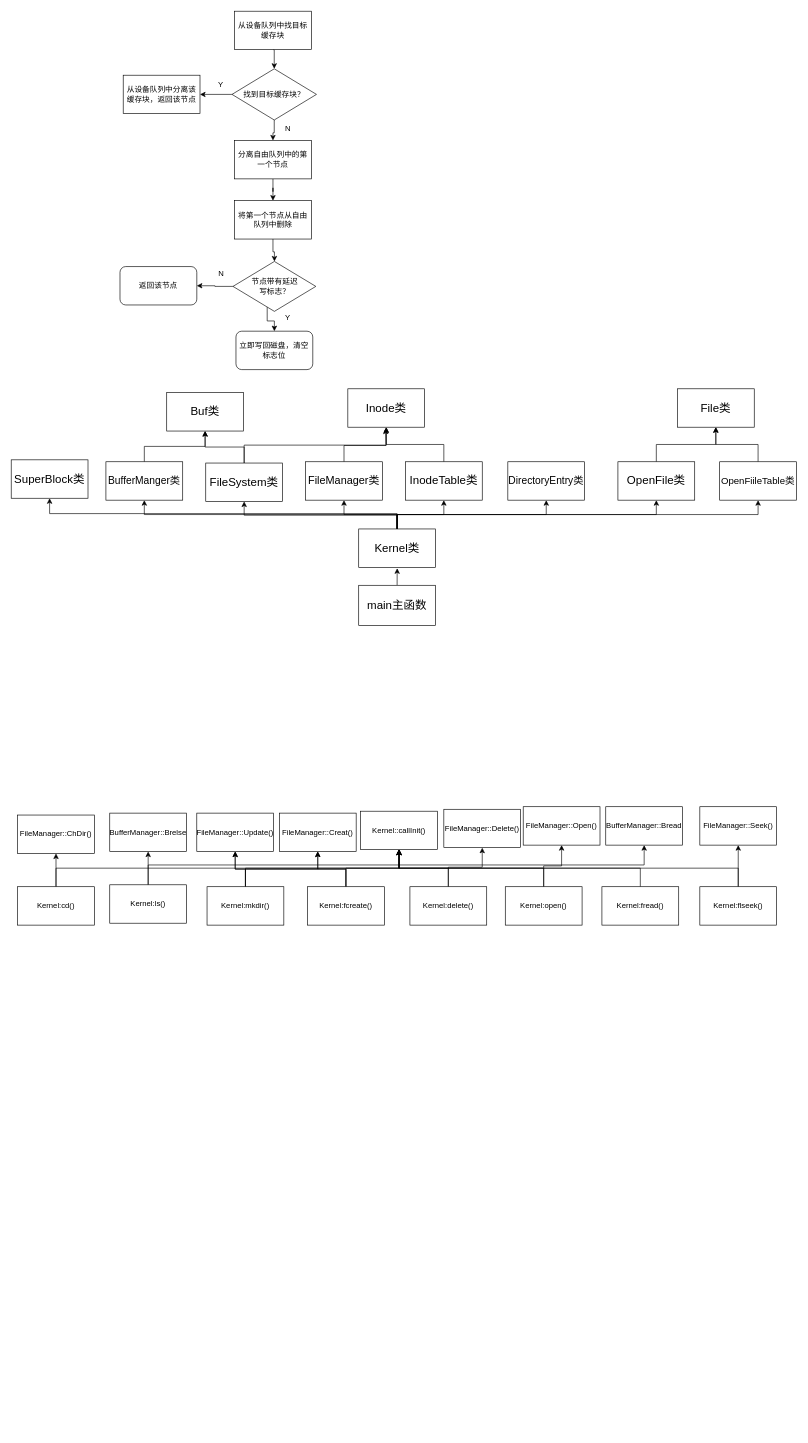
Above: Unix FileSystem.drawio in lmqqqqqq/drawio (draw.io), before the change. Source tidied: cells renumbered, new cells numbered last; positions are measured from the earlier drawing's top-left corner, leaving out a move shared by most shapes. Both pictures are drawn from the tidied source at 64%, with x=0, y=0 at pixel (11, 11).
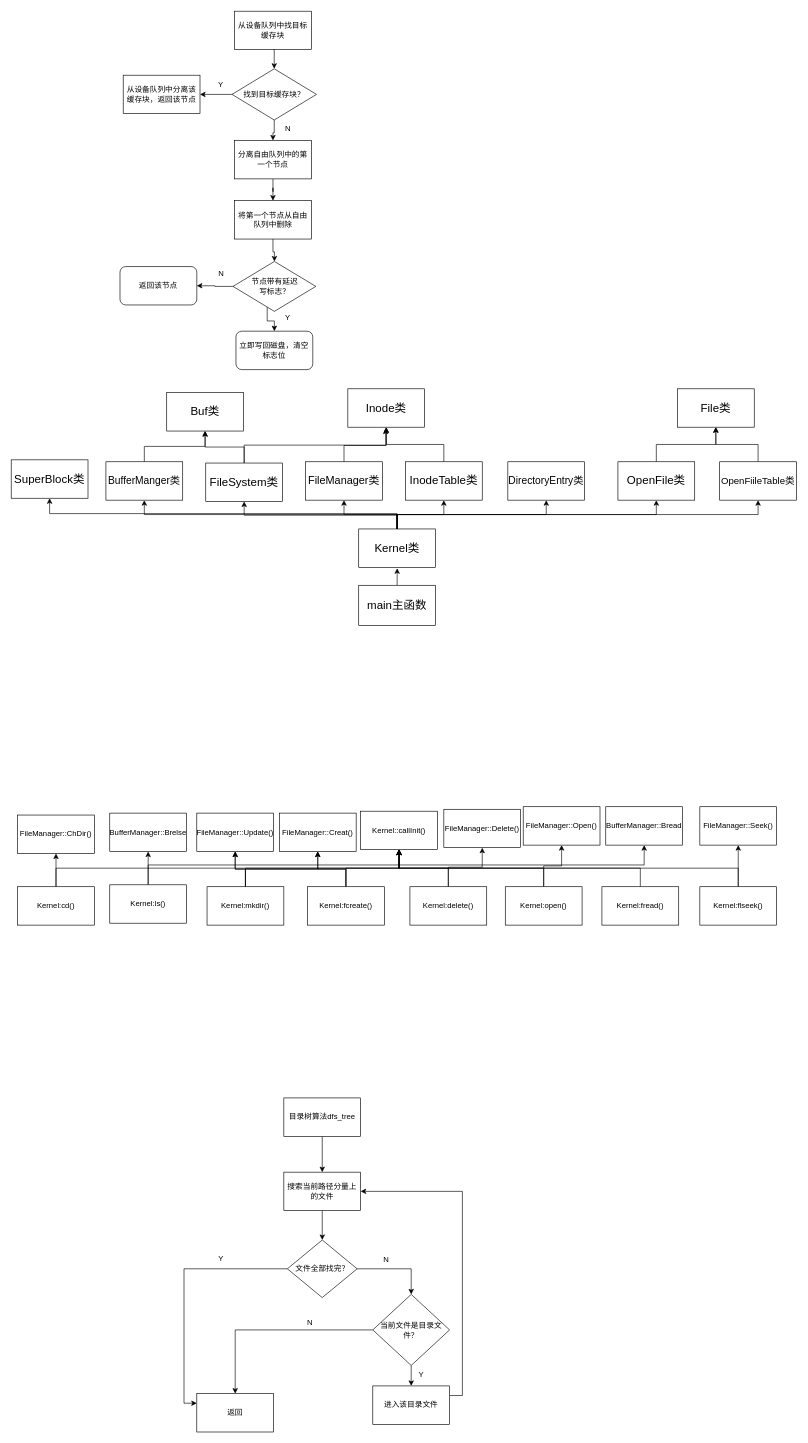
The same page after the edit.

Diff of the diagram source:
```diff
@@
+    <mxCell id="84" style="edgeStyle=orthogonalEdgeStyle;rounded=0;jettySize=auto;html=1;exitX=0.5;exitY=1;exitDx=0;exitDy=0;entryX=0.5;entryY=0;entryDx=0;entryDy=0;" parent="1" edge="1" source="85" target="87">
+      <mxGeometry relative="1" as="geometry" />
+    </mxCell>
+    <mxCell id="85" value="目录树算法dfs_tree" style="rounded=0;whiteSpace=wrap;html=1;" parent="1" vertex="1">
+      <mxGeometry x="426" y="1698" width="120" height="60" as="geometry" />
+    </mxCell>
+    <mxCell id="86" style="edgeStyle=orthogonalEdgeStyle;rounded=0;jettySize=auto;html=1;exitX=0.5;exitY=1;exitDx=0;exitDy=0;" parent="1" edge="1" source="87" target="90">
+      <mxGeometry relative="1" as="geometry" />
+    </mxCell>
+    <mxCell id="87" value="搜索当前路径分量上的文件" style="rounded=0;whiteSpace=wrap;html=1;" parent="1" vertex="1">
+      <mxGeometry x="426" y="1814" width="120" height="60" as="geometry" />
+    </mxCell>
+    <mxCell id="88" style="edgeStyle=orthogonalEdgeStyle;rounded=0;jettySize=auto;html=1;exitX=0;exitY=0.5;exitDx=0;exitDy=0;entryX=0;entryY=0.25;entryDx=0;entryDy=0;" parent="1" edge="1" source="90" target="91">
+      <mxGeometry relative="1" as="geometry" />
+    </mxCell>
+    <mxCell id="89" style="edgeStyle=orthogonalEdgeStyle;rounded=0;jettySize=auto;html=1;exitX=1;exitY=0.5;exitDx=0;exitDy=0;entryX=0.5;entryY=0;entryDx=0;entryDy=0;" parent="1" edge="1" source="90" target="95">
+      <mxGeometry relative="1" as="geometry" />
+    </mxCell>
+    <mxCell id="90" value="文件全部找完？" style="rhombus;whiteSpace=wrap;html=1;" parent="1" vertex="1">
+      <mxGeometry x="431.5" y="1920" width="109" height="90" as="geometry" />
+    </mxCell>
+    <mxCell id="91" value="返回" style="rounded=0;whiteSpace=wrap;html=1;" parent="1" vertex="1">
+      <mxGeometry x="290" y="2160" width="120" height="60" as="geometry" />
+    </mxCell>
+    <mxCell id="92" value="Y" style="text;strokeColor=none;align=center;fillColor=none;html=1;verticalAlign=middle;whiteSpace=wrap;rounded=0;" parent="1" vertex="1">
+      <mxGeometry x="297.5" y="1934" width="60" height="30" as="geometry" />
+    </mxCell>
+    <mxCell id="93" style="edgeStyle=orthogonalEdgeStyle;rounded=0;jettySize=auto;html=1;exitX=0.5;exitY=1;exitDx=0;exitDy=0;entryX=0.5;entryY=0;entryDx=0;entryDy=0;" parent="1" edge="1" source="95" target="98">
+      <mxGeometry relative="1" as="geometry" />
+    </mxCell>
+    <mxCell id="94" style="edgeStyle=orthogonalEdgeStyle;rounded=0;jettySize=auto;html=1;exitX=0;exitY=0.5;exitDx=0;exitDy=0;entryX=0.5;entryY=0;entryDx=0;entryDy=0;" parent="1" edge="1" source="95" target="91">
+      <mxGeometry relative="1" as="geometry" />
+    </mxCell>
+    <mxCell id="95" value="当前文件是目录文件？" style="rhombus;whiteSpace=wrap;html=1;" parent="1" vertex="1">
+      <mxGeometry x="565" y="2005" width="120" height="111" as="geometry" />
+    </mxCell>
+    <mxCell id="96" value="N" style="text;strokeColor=none;align=center;fillColor=none;html=1;verticalAlign=middle;whiteSpace=wrap;rounded=0;" parent="1" vertex="1">
+      <mxGeometry x="556" y="1936" width="60" height="30" as="geometry" />
+    </mxCell>
+    <mxCell id="97" style="edgeStyle=orthogonalEdgeStyle;rounded=0;jettySize=auto;html=1;exitX=1;exitY=0.25;exitDx=0;exitDy=0;entryX=1;entryY=0.5;entryDx=0;entryDy=0;" parent="1" edge="1" source="98" target="87">
+      <mxGeometry relative="1" as="geometry" />
+    </mxCell>
+    <mxCell id="98" value="进入该目录文件" style="rounded=0;whiteSpace=wrap;html=1;" parent="1" vertex="1">
+      <mxGeometry x="565" y="2148" width="120" height="60" as="geometry" />
+    </mxCell>
+    <mxCell id="99" value="Y" style="text;strokeColor=none;align=center;fillColor=none;html=1;verticalAlign=middle;whiteSpace=wrap;rounded=0;" parent="1" vertex="1">
+      <mxGeometry x="611" y="2116" width="60" height="30" as="geometry" />
+    </mxCell>
+    <mxCell id="100" value="N" style="text;strokeColor=none;align=center;fillColor=none;html=1;verticalAlign=middle;whiteSpace=wrap;rounded=0;" parent="1" vertex="1">
+      <mxGeometry x="437" y="2035" width="60" height="30" as="geometry" />
+    </mxCell>
```
